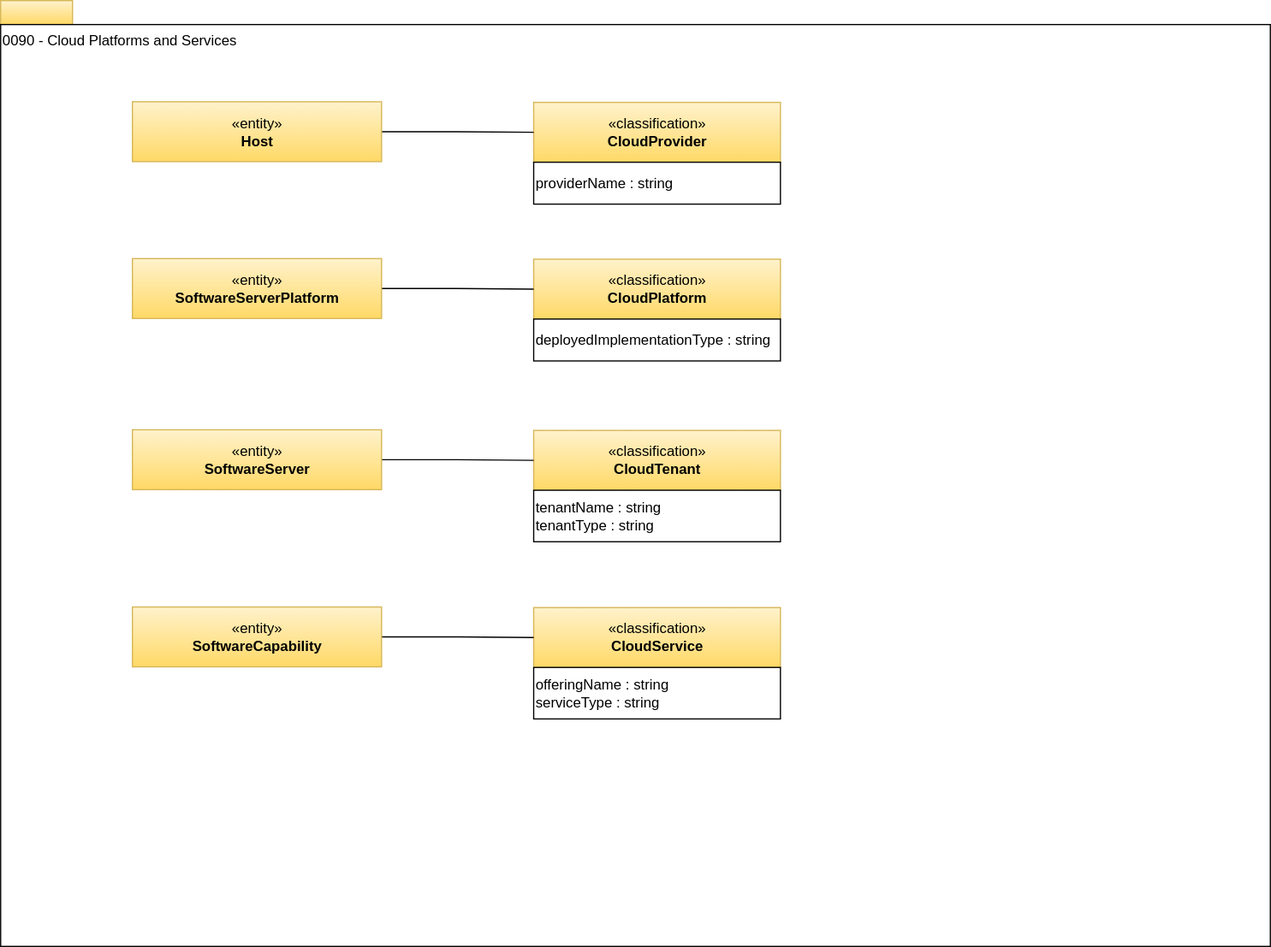
odpi/egeria-docs keeps this draw.io diagram as site/docs/types/0/0090-Cloud-Platforms-and-Services.svg. Above is the earlier version. Source tidied: cells renumbered, new cells last; positions are measured from the earlier drawing's top-left corner, leaving out a move shared by most shapes.
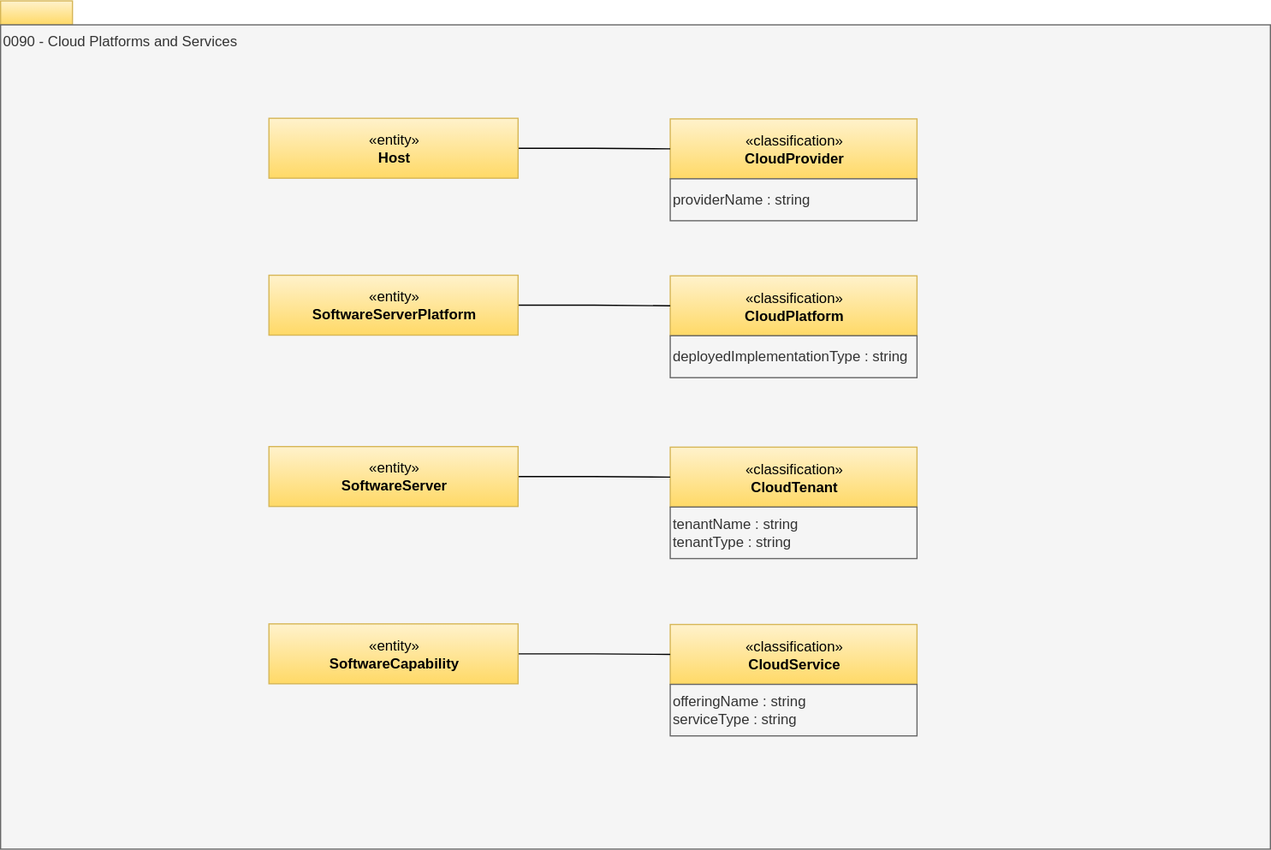
Above is the later version.

Change to the diagram source:
```diff
@@ -3,15 +3,15 @@
     <mxCell id="0" />
     <mxCell id="1" parent="0" />
     <mxCell id="2" style="rounded=0;whiteSpace=wrap;html=1;align=left;fillColor=#fff2cc;strokeColor=#d6b656;gradientColor=#ffd966;" parent="1" vertex="1">
-      <mxGeometry width="60" height="20" as="geometry" />
+      <mxGeometry x="-114" y="-13.5" width="60" height="20" as="geometry" />
     </mxCell>
-    <mxCell id="3" value="0090 - Cloud Platforms and Services" style="rounded=0;whiteSpace=wrap;html=1;align=left;verticalAlign=top;" parent="1" vertex="1">
-      <mxGeometry y="20" width="1060" height="770" as="geometry" />
+    <mxCell id="3" value="0090 - Cloud Platforms and Services" style="rounded=0;whiteSpace=wrap;html=1;align=left;verticalAlign=top;fillColor=#f5f5f5;fontColor=#333333;strokeColor=#666666;" parent="1" vertex="1">
+      <mxGeometry x="-114" y="6.5" width="1060" height="688" as="geometry" />
     </mxCell>
     <mxCell id="4" value="«classification»&lt;br&gt;&lt;b&gt;CloudService&lt;/b&gt;" style="html=1;strokeColor=#d6b656;align=center;fillColor=#fff2cc;gradientColor=#ffd966;" parent="1" vertex="1">
       <mxGeometry x="445" y="507" width="206" height="50" as="geometry" />
     </mxCell>
-    <mxCell id="5" value="offeringName : string&lt;br&gt;serviceType : string" style="rounded=0;whiteSpace=wrap;html=1;strokeColor=#000000;gradientColor=#ffffff;align=left;" parent="1" vertex="1">
+    <mxCell id="5" value="offeringName : string&lt;br&gt;serviceType : string" style="rounded=0;whiteSpace=wrap;html=1;strokeColor=#666666;align=left;fillColor=#f5f5f5;fontColor=#333333;" parent="1" vertex="1">
       <mxGeometry x="445" y="557" width="206" height="43" as="geometry" />
     </mxCell>
     <mxCell id="6" style="edgeStyle=orthogonalEdgeStyle;rounded=0;html=1;exitX=1;exitY=0.5;entryX=0;entryY=0.5;endArrow=none;endFill=0;jettySize=auto;" parent="1" edge="1" source="7" target="4">
@@ -23,7 +23,7 @@
     <mxCell id="8" value="«classification»&lt;br&gt;&lt;b&gt;CloudProvider&lt;/b&gt;" style="html=1;strokeColor=#d6b656;align=center;fillColor=#fff2cc;gradientColor=#ffd966;" parent="1" vertex="1">
       <mxGeometry x="445" y="85" width="206" height="50" as="geometry" />
     </mxCell>
-    <mxCell id="9" value="providerName : string&lt;br&gt;" style="rounded=0;whiteSpace=wrap;html=1;strokeColor=#000000;gradientColor=#ffffff;align=left;" parent="1" vertex="1">
+    <mxCell id="9" value="providerName : string&lt;br&gt;" style="rounded=0;whiteSpace=wrap;html=1;strokeColor=#666666;align=left;fillColor=#f5f5f5;fontColor=#333333;" parent="1" vertex="1">
       <mxGeometry x="445" y="135" width="206" height="35" as="geometry" />
     </mxCell>
     <mxCell id="10" style="edgeStyle=orthogonalEdgeStyle;rounded=0;html=1;exitX=1;exitY=0.5;entryX=0;entryY=0.5;endArrow=none;endFill=0;jettySize=auto;" parent="1" edge="1" source="11" target="8">
@@ -35,7 +35,7 @@
     <mxCell id="12" value="«classification»&lt;br&gt;&lt;b&gt;CloudPlatform&lt;/b&gt;" style="html=1;strokeColor=#d6b656;align=center;fillColor=#fff2cc;gradientColor=#ffd966;" parent="1" vertex="1">
       <mxGeometry x="445" y="216" width="206" height="50" as="geometry" />
     </mxCell>
-    <mxCell id="13" value="deployedImplementationType : string" style="rounded=0;whiteSpace=wrap;html=1;strokeColor=#000000;gradientColor=#ffffff;align=left;" parent="1" vertex="1">
+    <mxCell id="13" value="deployedImplementationType : string" style="rounded=0;whiteSpace=wrap;html=1;strokeColor=#666666;align=left;fillColor=#f5f5f5;fontColor=#333333;" parent="1" vertex="1">
       <mxGeometry x="445" y="266" width="206" height="35" as="geometry" />
     </mxCell>
     <mxCell id="14" style="edgeStyle=orthogonalEdgeStyle;rounded=0;html=1;exitX=1;exitY=0.5;entryX=0;entryY=0.5;endArrow=none;endFill=0;jettySize=auto;" parent="1" edge="1" source="15" target="12">
@@ -47,7 +47,7 @@
     <mxCell id="16" value="«classification»&lt;br&gt;&lt;b&gt;CloudTenant&lt;/b&gt;" style="html=1;strokeColor=#d6b656;align=center;fillColor=#fff2cc;gradientColor=#ffd966;" parent="1" vertex="1">
       <mxGeometry x="445" y="359" width="206" height="50" as="geometry" />
     </mxCell>
-    <mxCell id="17" value="tenantName : string&lt;br&gt;tenantType : string" style="rounded=0;whiteSpace=wrap;html=1;strokeColor=#000000;gradientColor=#ffffff;align=left;" parent="1" vertex="1">
+    <mxCell id="17" value="tenantName : string&lt;br&gt;tenantType : string" style="rounded=0;whiteSpace=wrap;html=1;strokeColor=#666666;align=left;fillColor=#f5f5f5;fontColor=#333333;" parent="1" vertex="1">
       <mxGeometry x="445" y="409" width="206" height="43" as="geometry" />
     </mxCell>
     <mxCell id="18" style="edgeStyle=orthogonalEdgeStyle;rounded=0;html=1;exitX=1;exitY=0.5;entryX=0;entryY=0.5;endArrow=none;endFill=0;jettySize=auto;" parent="1" edge="1" source="19" target="16">
```
